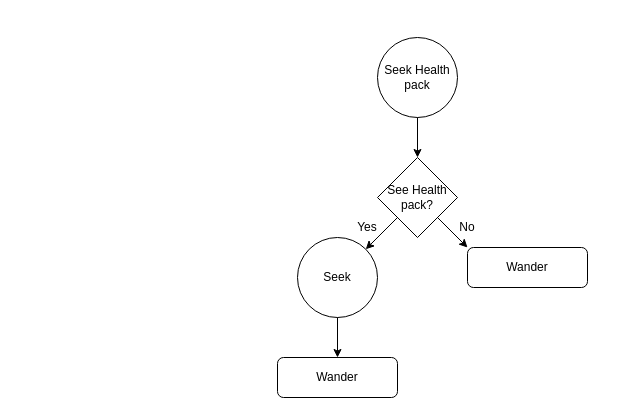
Before: page "Seek Health pack" (3 of 7) of Documentation/Logan Ryan - AI Behaviours.drawio in loganryan01/AIEGameAIAssignment, a draw.io diagram. Source tidied: cells renumbered, new cells numbered last; positions are measured from the earlier drawing's top-left corner, leaving out a move shared by most shapes. Both pictures are drawn from the tidied source at 100%, with x=0, y=0 at pixel (277, 37).
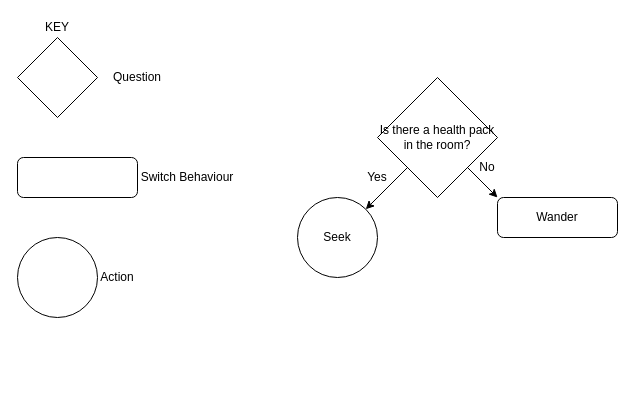
The same page after the edit.

What changed in the source:
```diff
@@
 <mxGraphModel>
   <root>
     <mxCell id="0" />
     <mxCell id="1" parent="0" />
-    <mxCell id="2" value="Seek Health pack" style="ellipse;whiteSpace=wrap;html=1;" parent="1" vertex="1">
-      <mxGeometry x="100" width="80" height="80" as="geometry" />
-    </mxCell>
-    <mxCell id="3" style="endArrow=classic;html=1;exitX=0.5;exitY=1;exitDx=0;exitDy=0;entryX=0.5;entryY=0;entryDx=0;entryDy=0;" parent="1" edge="1" source="2" target="4">
-      <mxGeometry relative="1" as="geometry" />
-    </mxCell>
-    <mxCell id="4" value="See Health pack?" style="rhombus;whiteSpace=wrap;html=1;" parent="1" vertex="1">
-      <mxGeometry x="100" y="120" width="80" height="80" as="geometry" />
+    <mxCell id="4" value="Is there a health pack in the room?" style="rhombus;whiteSpace=wrap;html=1;" parent="1" vertex="1">
+      <mxGeometry x="100" y="40" width="120" height="120" as="geometry" />
     </mxCell>
     <mxCell id="5" style="endArrow=classic;html=1;exitX=0;exitY=1;exitDx=0;exitDy=0;entryX=1;entryY=0;entryDx=0;entryDy=0;" parent="1" edge="1" source="4" target="6">
       <mxGeometry relative="1" as="geometry" />
     </mxCell>
     <mxCell id="6" value="Seek" style="ellipse;whiteSpace=wrap;html=1;" parent="1" vertex="1">
-      <mxGeometry x="20" y="200" width="80" height="80" as="geometry" />
+      <mxGeometry x="20" y="160" width="80" height="80" as="geometry" />
     </mxCell>
-    <mxCell id="7" style="endArrow=classic;html=1;exitX=0.5;exitY=1;exitDx=0;exitDy=0;" parent="1" edge="1" source="6" target="8">
-      <mxGeometry relative="1" as="geometry" />
-    </mxCell>
-    <mxCell id="8" value="Wander" style="rounded=1;whiteSpace=wrap;html=1;" parent="1" vertex="1">
-      <mxGeometry y="320" width="120" height="40" as="geometry" />
-    </mxCell>
     <mxCell id="9" style="endArrow=classic;html=1;exitX=1;exitY=1;exitDx=0;exitDy=0;entryX=0;entryY=0;entryDx=0;entryDy=0;" parent="1" edge="1" source="4" target="10">
       <mxGeometry relative="1" as="geometry" />
     </mxCell>
     <mxCell id="10" value="Wander" style="rounded=1;whiteSpace=wrap;html=1;" parent="1" vertex="1">
-      <mxGeometry x="190" y="210" width="120" height="40" as="geometry" />
+      <mxGeometry x="220" y="160" width="120" height="40" as="geometry" />
     </mxCell>
     <mxCell id="11" value="Yes" style="text;html=1;strokeColor=none;fillColor=none;align=center;verticalAlign=middle;whiteSpace=wrap;rounded=0;" parent="1" vertex="1">
-      <mxGeometry x="70" y="180" width="40" height="20" as="geometry" />
+      <mxGeometry x="80" y="130" width="40" height="20" as="geometry" />
     </mxCell>
     <mxCell id="12" value="No" style="text;html=1;strokeColor=none;fillColor=none;align=center;verticalAlign=middle;whiteSpace=wrap;rounded=0;" parent="1" vertex="1">
-      <mxGeometry x="170" y="180" width="40" height="20" as="geometry" />
+      <mxGeometry x="190" y="120" width="40" height="20" as="geometry" />
     </mxCell>
+    <mxCell id="13" style="rhombus;whiteSpace=wrap;html=1;" parent="1" vertex="1">
+      <mxGeometry x="-260" width="80" height="80" as="geometry" />
+    </mxCell>
+    <mxCell id="14" value="Question" style="text;html=1;strokeColor=none;fillColor=none;align=center;verticalAlign=middle;whiteSpace=wrap;rounded=0;" parent="1" vertex="1">
+      <mxGeometry x="-180" y="30" width="80" height="20" as="geometry" />
+    </mxCell>
+    <mxCell id="15" style="rounded=1;whiteSpace=wrap;html=1;" parent="1" vertex="1">
+      <mxGeometry x="-260" y="120" width="120" height="40" as="geometry" />
+    </mxCell>
+    <mxCell id="16" value="Switch Behaviour" style="text;html=1;strokeColor=none;fillColor=none;align=center;verticalAlign=middle;whiteSpace=wrap;rounded=0;" parent="1" vertex="1">
+      <mxGeometry x="-140" y="130" width="100" height="20" as="geometry" />
+    </mxCell>
+    <mxCell id="17" style="ellipse;whiteSpace=wrap;html=1;" parent="1" vertex="1">
+      <mxGeometry x="-260" y="200" width="80" height="80" as="geometry" />
+    </mxCell>
+    <mxCell id="18" value="Action" style="text;html=1;strokeColor=none;fillColor=none;align=center;verticalAlign=middle;whiteSpace=wrap;rounded=0;" parent="1" vertex="1">
+      <mxGeometry x="-180" y="230" width="40" height="20" as="geometry" />
+    </mxCell>
+    <mxCell id="19" value="KEY" style="text;html=1;strokeColor=none;fillColor=none;align=center;verticalAlign=middle;whiteSpace=wrap;rounded=0;" parent="1" vertex="1">
+      <mxGeometry x="-240" y="-20" width="40" height="20" as="geometry" />
+    </mxCell>
   </root>
 </mxGraphModel>
```
